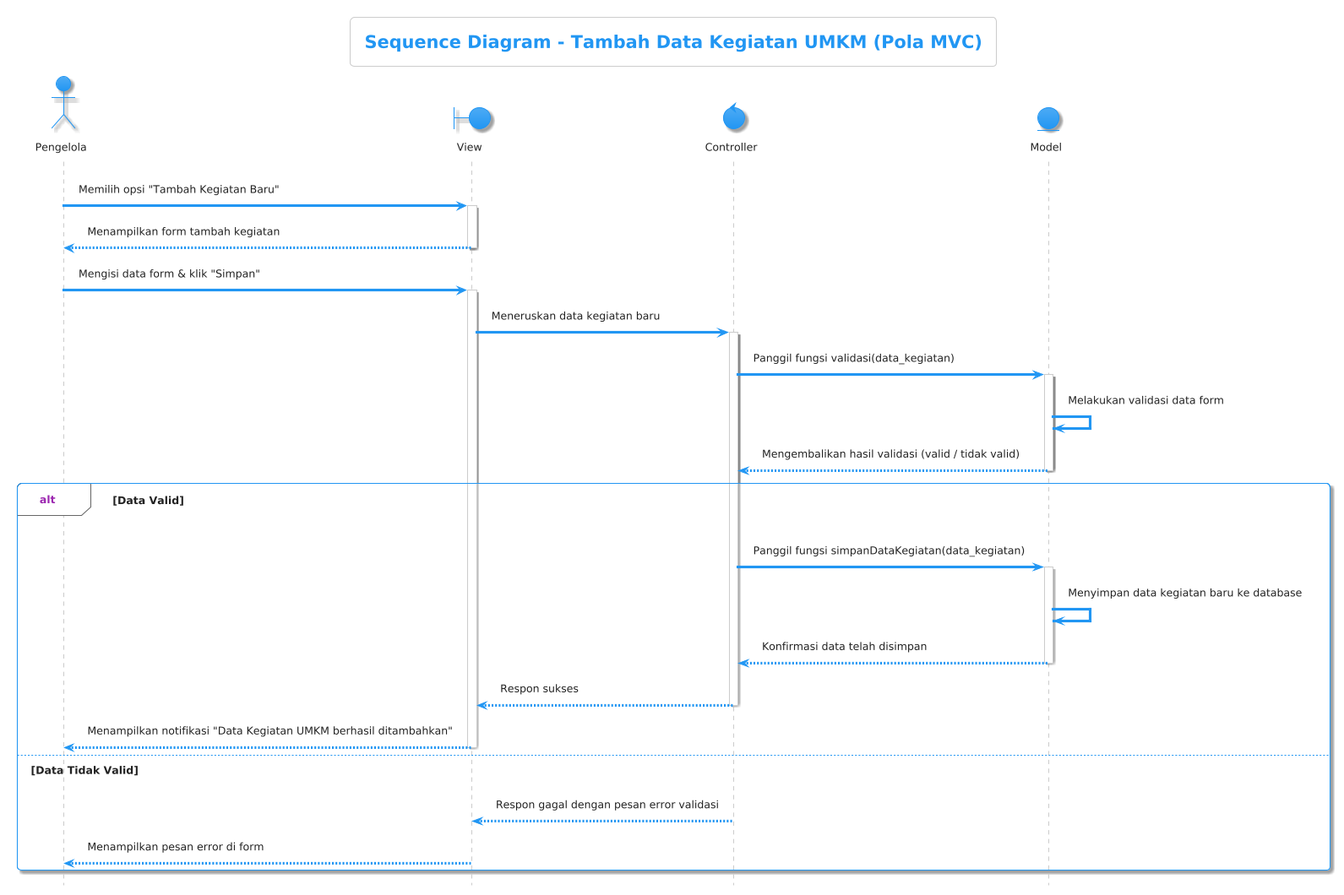
Before: sequence/kelola kegiatan umkm/buat data kegiatan/tambah kegiatan baru.png, a diagram exported from PlantUML (Mrmgnt/diagram-kp).
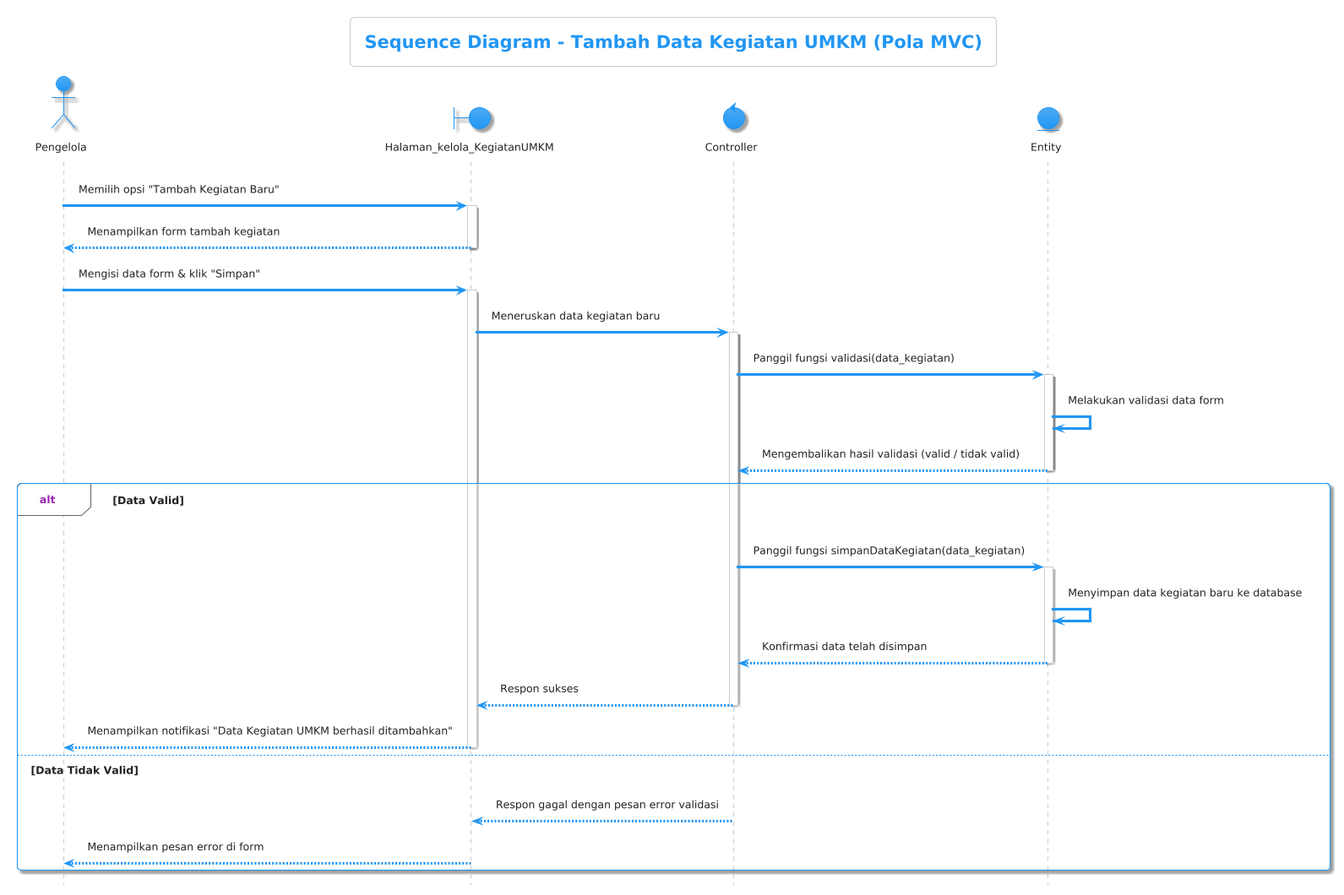
Later version of the same file.

What changed in the source:
```diff
@@ -5,44 +5,44 @@
 hide footbox
 
 actor "Pengelola" as Pengguna
-boundary "View" as View
+boundary "Halaman_kelola_KegiatanUMKM" as Halaman_kelola_KegiatanUMKM
 control "Controller" as Controller
-entity "Model" as Model
+entity "Entity" as Entity
 
-Pengguna -> View: Memilih opsi "Tambah Kegiatan Baru"
-activate View
-View --> Pengguna: Menampilkan form tambah kegiatan
-deactivate View
+Pengguna -> Halaman_kelola_KegiatanUMKM: Memilih opsi "Tambah Kegiatan Baru"
+activate Halaman_kelola_KegiatanUMKM
+Halaman_kelola_KegiatanUMKM --> Pengguna: Menampilkan form tambah kegiatan
+deactivate Halaman_kelola_KegiatanUMKM
 
-Pengguna -> View: Mengisi data form & klik "Simpan"
-activate View
+Pengguna -> Halaman_kelola_KegiatanUMKM: Mengisi data form & klik "Simpan"
+activate Halaman_kelola_KegiatanUMKM
 
-View -> Controller: Meneruskan data kegiatan baru
+Halaman_kelola_KegiatanUMKM -> Controller: Meneruskan data kegiatan baru
 activate Controller
 
-Controller -> Model: Panggil fungsi validasi(data_kegiatan)
-activate Model
-Model -> Model: Melakukan validasi data form
-Model --> Controller: Mengembalikan hasil validasi (valid / tidak valid)
-deactivate Model
+Controller -> Entity: Panggil fungsi validasi(data_kegiatan)
+activate Entity
+Entity -> Entity: Melakukan validasi data form
+Entity --> Controller: Mengembalikan hasil validasi (valid / tidak valid)
+deactivate Entity
 
 alt Data Valid
-    Controller -> Model: Panggil fungsi simpanDataKegiatan(data_kegiatan)
-    activate Model
-    Model -> Model: Menyimpan data kegiatan baru ke database
-    Model --> Controller: Konfirmasi data telah disimpan
-    deactivate Model
+    Controller -> Entity: Panggil fungsi simpanDataKegiatan(data_kegiatan)
+    activate Entity
+    Entity -> Entity: Menyimpan data kegiatan baru ke database
+    Entity --> Controller: Konfirmasi data telah disimpan
+    deactivate Entity
 
-    Controller --> View: Respon sukses
+    Controller --> Halaman_kelola_KegiatanUMKM: Respon sukses
     deactivate Controller
 
-    View --> Pengguna: Menampilkan notifikasi "Data Kegiatan UMKM berhasil ditambahkan"
-    deactivate View
+    Halaman_kelola_KegiatanUMKM --> Pengguna: Menampilkan notifikasi "Data Kegiatan UMKM berhasil ditambahkan"
+    deactivate Halaman_kelola_KegiatanUMKM
 else Data Tidak Valid
-    Controller --> View: Respon gagal dengan pesan error validasi
+    Controller --> Halaman_kelola_KegiatanUMKM: Respon gagal dengan pesan error validasi
     deactivate Controller
 
-    View --> Pengguna: Menampilkan pesan error di form
-    deactivate View
+    Halaman_kelola_KegiatanUMKM --> Pengguna: Menampilkan pesan error di form
+    deactivate Halaman_kelola_KegiatanUMKM
 end
 @enduml
```
